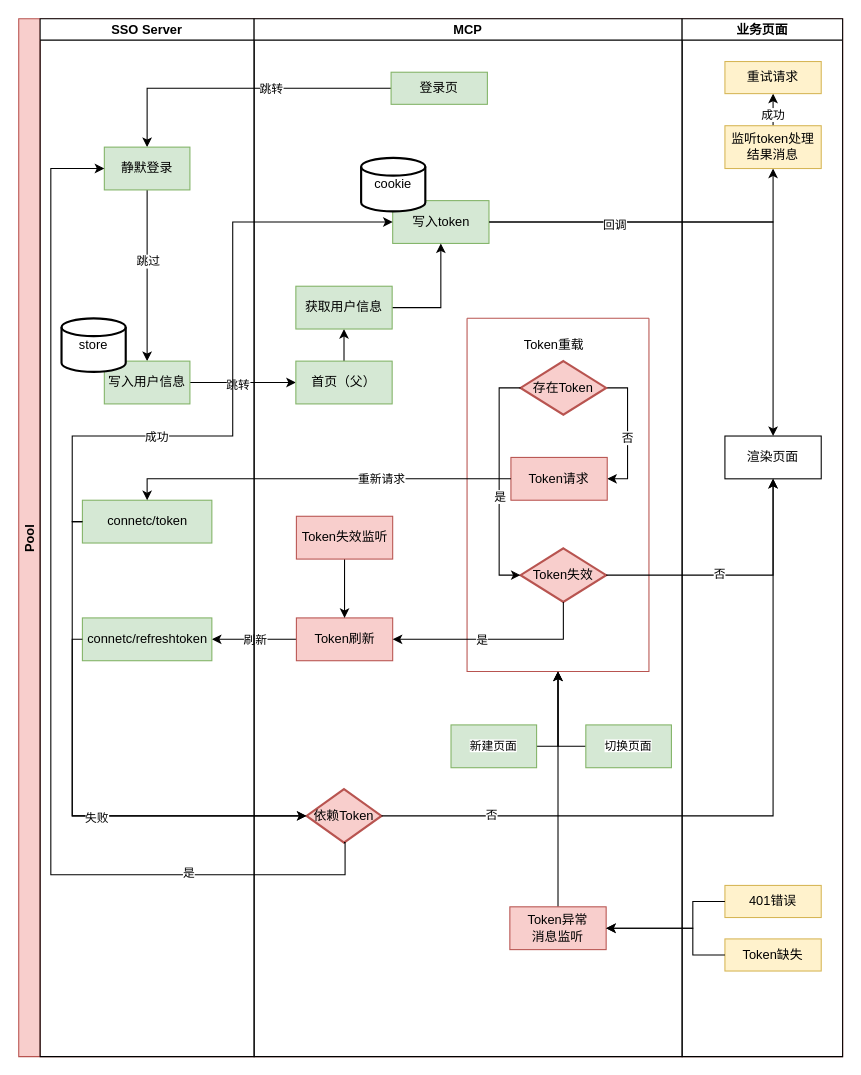
This is oidc访问令牌流程.drawio from stonefromsky/workflowchart, a draw.io file, before an edit. Source tidied: cells renumbered, new cells numbered last; positions are measured from the earlier drawing's top-left corner, leaving out a move shared by most shapes. Both pictures are drawn from the tidied source at 107%, with x=0, y=0 at pixel (18, 18).
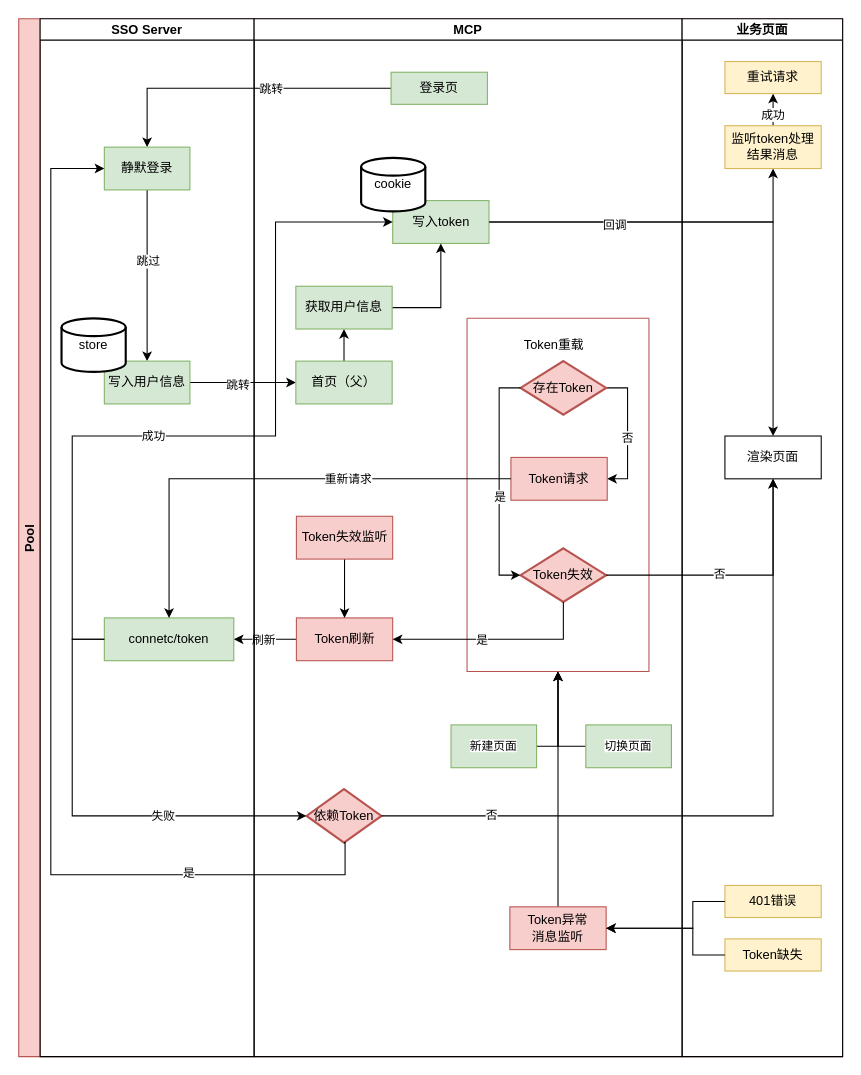
The same diagram, later.

Commit message:
更新oidc访问令牌流程.drawio

The change refers to these unchanged cells:
```xml
<mxCell id="2" value="Pool" style="swimlane;startSize=20;horizontal=0;fillColor=#f8cecc;strokeColor=#b85450;" parent="1" vertex="1">
  <mxGeometry width="770" height="970" as="geometry" />
</mxCell>
<mxCell id="10" value="SSO Server" style="swimlane;startSize=20;" parent="2" vertex="1">
  <mxGeometry x="20" width="200" height="970" as="geometry" />
</mxCell>
<mxCell id="24" value="写入token" style="rounded=0;whiteSpace=wrap;html=1;fillColor=#d5e8d4;strokeColor=#82b366;" parent="18" vertex="1">
  <mxGeometry x="129.5" y="170" width="90" height="40" as="geometry" />
</mxCell>
<mxCell id="38" value="依赖Token" style="strokeWidth=2;html=1;shape=mxgraph.flowchart.decision;whiteSpace=wrap;fillColor=#f8cecc;strokeColor=#b85450;" parent="18" vertex="1">
  <mxGeometry x="49" y="720" width="70" height="50" as="geometry" />
</mxCell>
<mxCell id="43" value="Token刷新" style="rounded=0;whiteSpace=wrap;html=1;fillColor=#f8cecc;strokeColor=#b85450;" parent="18" vertex="1">
  <mxGeometry x="39.5" y="560" width="90" height="40" as="geometry" />
</mxCell>
```

The edit, as a diff of the source:
```diff
@@
-    <mxCell id="7" style="edgeStyle=orthogonalEdgeStyle;rounded=0;jettySize=auto;html=1;entryX=1;entryY=0.5;entryDx=0;entryDy=0;exitX=0;exitY=0.5;exitDx=0;exitDy=0;" parent="2" edge="1" source="43" target="16">
+    <mxCell id="7" style="edgeStyle=orthogonalEdgeStyle;rounded=0;jettySize=auto;html=1;entryX=1;entryY=0.5;entryDx=0;entryDy=0;exitX=0;exitY=0.5;exitDx=0;exitDy=0;" parent="2" edge="1" source="43" target="17">
       <mxGeometry relative="1" as="geometry" />
     </mxCell>
@@
-    <mxCell id="16" value="connetc/refreshtoken" style="rounded=0;whiteSpace=wrap;html=1;fillColor=#d5e8d4;strokeColor=#82b366;" parent="10" vertex="1">
-      <mxGeometry x="39.5" y="560" width="121" height="40" as="geometry" />
-    </mxCell>
     <mxCell id="17" value="connetc/token" style="rounded=0;whiteSpace=wrap;html=1;fillColor=#d5e8d4;strokeColor=#82b366;" parent="10" vertex="1">
-      <mxGeometry x="39.5" y="450" width="121" height="40" as="geometry" />
+      <mxGeometry x="60" y="560" width="121" height="40" as="geometry" />
     </mxCell>
@@
-    <mxCell id="62" style="edgeStyle=orthogonalEdgeStyle;rounded=0;jettySize=auto;html=1;entryX=0;entryY=0.5;entryDx=0;entryDy=0;entryPerimeter=0;exitX=0;exitY=0.5;exitDx=0;exitDy=0;" parent="2" edge="1" source="16" target="38">
+    <mxCell id="62" style="edgeStyle=orthogonalEdgeStyle;rounded=0;jettySize=auto;html=1;entryX=0;entryY=0.5;entryDx=0;entryDy=0;entryPerimeter=0;exitX=0;exitY=0.5;exitDx=0;exitDy=0;" parent="2" edge="1" source="17" target="38">
       <mxGeometry relative="1" as="geometry">
         <Array as="points">
           <mxPoint x="50" y="580" />
           <mxPoint x="50" y="745" />
         </Array>
       </mxGeometry>
     </mxCell>
-    <mxCell id="63" style="edgeStyle=orthogonalEdgeStyle;rounded=0;jettySize=auto;html=1;entryX=0;entryY=0.5;entryDx=0;entryDy=0;entryPerimeter=0;exitX=0;exitY=0.5;exitDx=0;exitDy=0;" parent="2" edge="1" source="17" target="38">
-      <mxGeometry relative="1" as="geometry">
-        <Array as="points">
-          <mxPoint x="50" y="470" />
-          <mxPoint x="50" y="745" />
-        </Array>
-      </mxGeometry>
-    </mxCell>
-    <mxCell id="64" value="失败" style="edgeLabel;html=1;align=center;verticalAlign=middle;" parent="63" vertex="1">
-      <mxGeometry x="0.22" y="-1" relative="1" as="geometry" />
+    <mxCell id="64" value="失败" style="edgeLabel;html=1;align=center;verticalAlign=middle;" parent="62" vertex="1">
+      <mxGeometry x="0.35" y="1" relative="1" as="geometry" />
     </mxCell>
@@
-    <mxCell id="67" style="edgeStyle=orthogonalEdgeStyle;rounded=0;jettySize=auto;html=1;entryX=0;entryY=0.5;entryDx=0;entryDy=0;exitX=0;exitY=0.5;exitDx=0;exitDy=0;" parent="2" edge="1" source="17" target="24">
-      <mxGeometry relative="1" as="geometry">
-        <Array as="points">
-          <mxPoint x="50" y="470" />
-          <mxPoint x="50" y="390" />
-          <mxPoint x="200" y="390" />
-          <mxPoint x="200" y="190" />
-        </Array>
-      </mxGeometry>
-    </mxCell>
-    <mxCell id="68" value="成功" style="edgeLabel;html=1;align=center;verticalAlign=middle;" parent="67" vertex="1">
-      <mxGeometry x="-0.43" relative="1" as="geometry" />
-    </mxCell>
@@
+    <mxCell id="67" style="edgeStyle=orthogonalEdgeStyle;rounded=0;jettySize=auto;html=1;entryX=0;entryY=0.5;entryDx=0;entryDy=0;" parent="2" edge="1" source="17" target="24">
+      <mxGeometry relative="1" as="geometry">
+        <Array as="points">
+          <mxPoint x="50" y="580" />
+          <mxPoint x="50" y="390" />
+          <mxPoint x="240" y="390" />
+          <mxPoint x="240" y="190" />
+        </Array>
+      </mxGeometry>
+    </mxCell>
+    <mxCell id="68" value="成功" style="edgeLabel;html=1;align=center;verticalAlign=middle;" parent="67" vertex="1">
+      <mxGeometry x="-0.18" y="1" relative="1" as="geometry" />
+    </mxCell>
```
